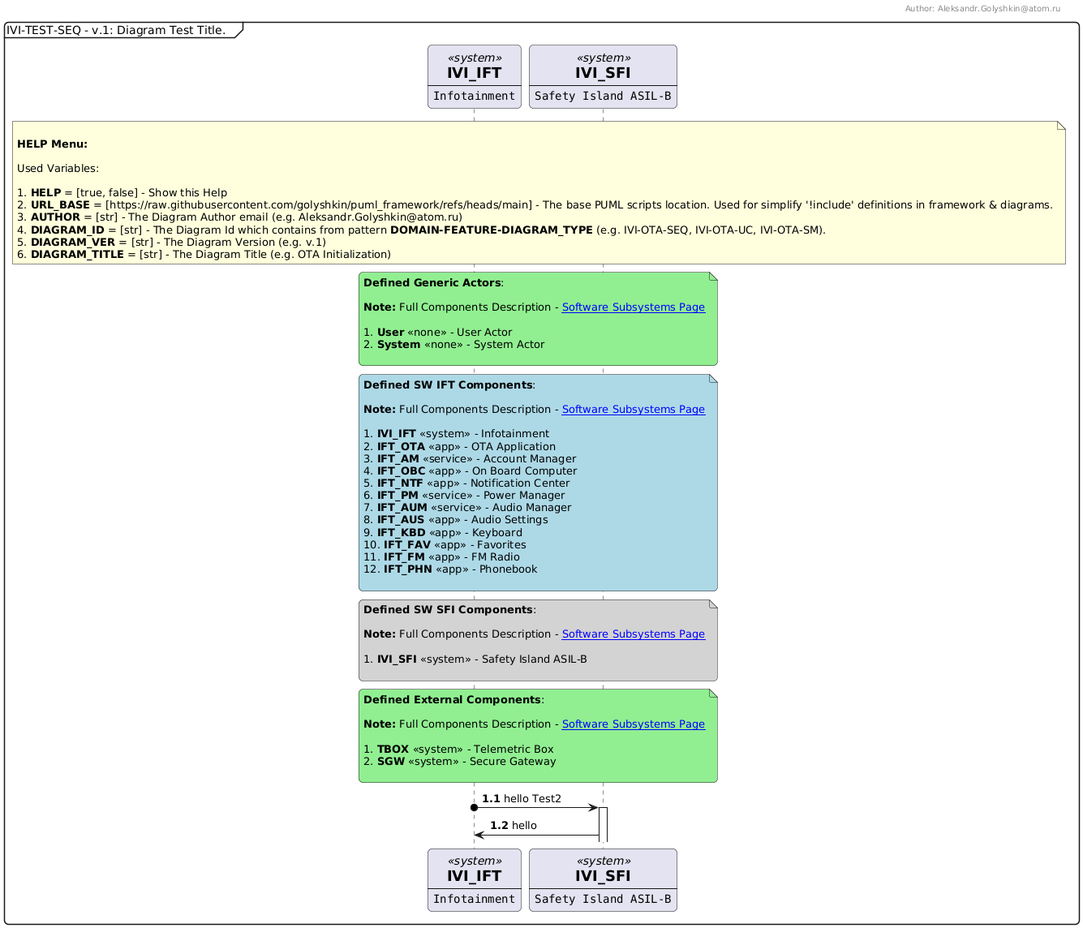
Earlier version of the PlantUML export resources/output.png (golyshkin/puml_framework). Its diagram source:
```plantuml
@startuml
!$HELP = true
!$AUTHOR = "Aleksandr.Golyshkin@atom.ru"
!$DIAGRAM_ID  = "IVI-TEST-SEQ"
!$DIAGRAM_VER = "v.1"
!$DIAGRAM_TITLE = "Diagram Test Title."

!include https://raw.githubusercontent.com/golyshkin/puml_framework/refs/heads/main/settings/seq.puml
!include $URL_BASE/components/generic.puml
!include $URL_BASE/components/sw_ift.puml
!include $URL_BASE/components/sw_sfi.puml
!include $URL_BASE/components/external.puml

IVI_IFT o-> IVI_SFI ++: hello Test2
IVI_SFI -> IVI_IFT: hello
@enduml
```
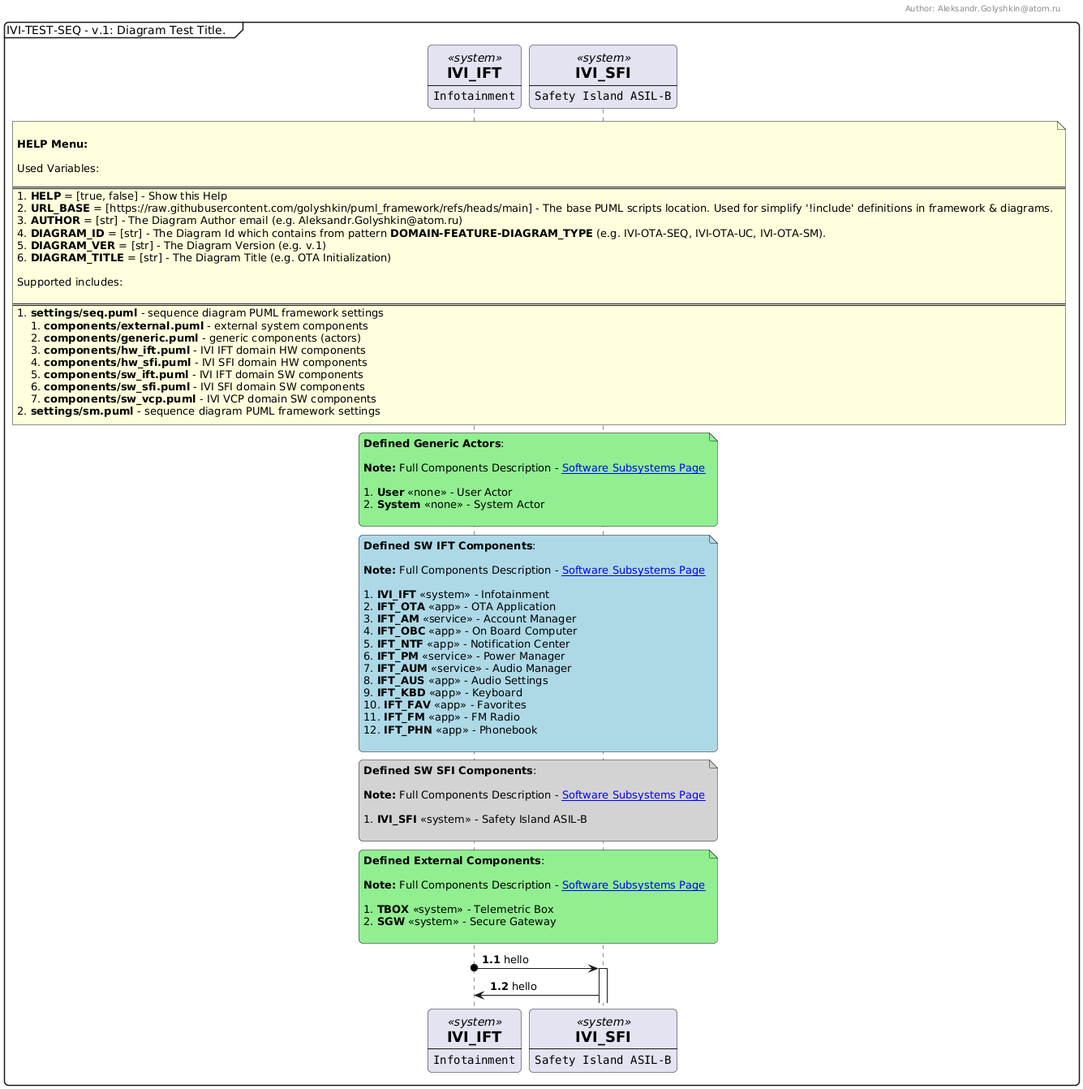
The same diagram one commit later.

Diff of the diagram source:
```diff
@@ -11,6 +11,6 @@
 !include $URL_BASE/components/sw_sfi.puml
 !include $URL_BASE/components/external.puml
 
-IVI_IFT o-> IVI_SFI ++: hello Test2
+IVI_IFT o-> IVI_SFI ++: hello
 IVI_SFI -> IVI_IFT: hello
 @enduml
```
